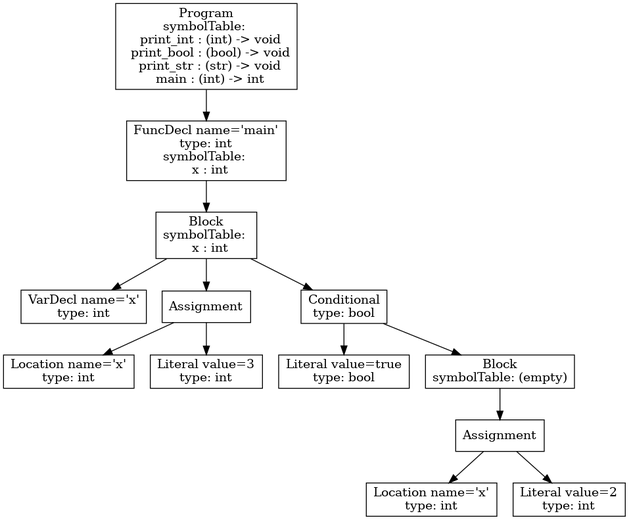
The Graphviz diagram ast.png in ecila1011/P3, before a commit. Its source is kept beside it as ast.dot.
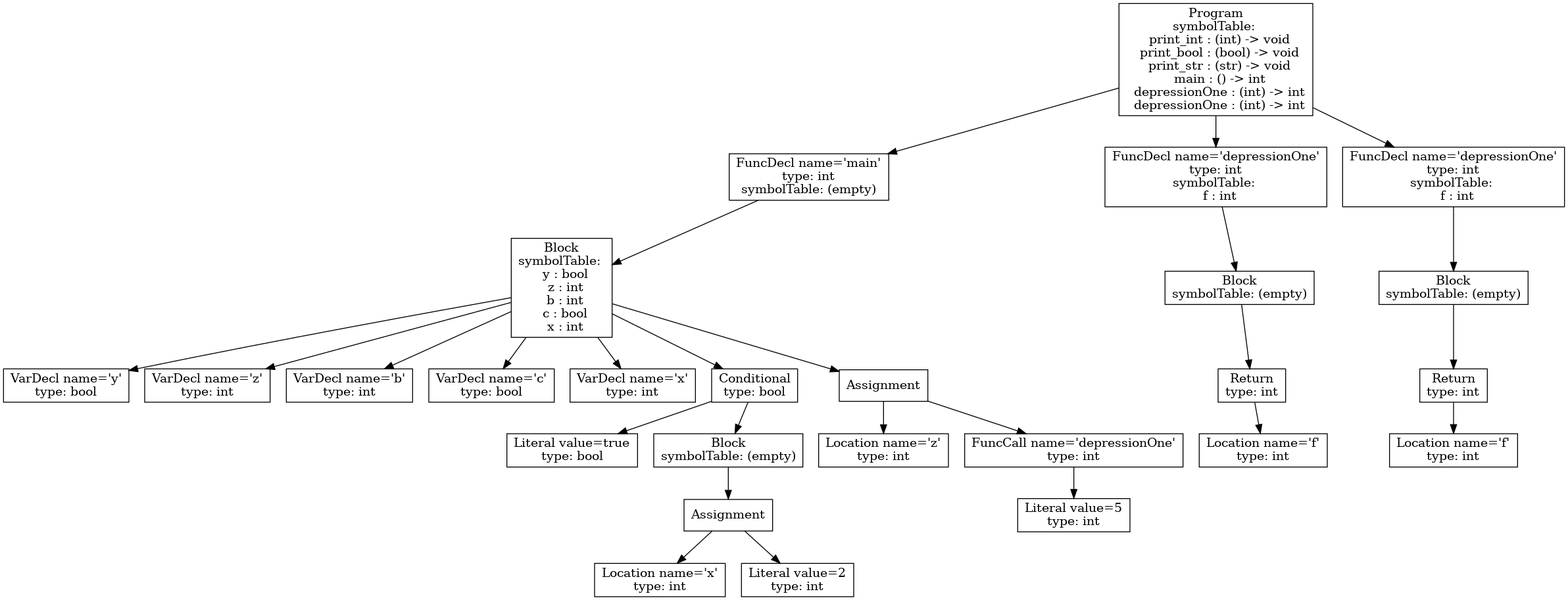
After the commit.

Change to the diagram source:
```diff
@@ -1,27 +1,53 @@
 digraph AST {
-3 [shape=box, label="VarDecl name='x'\ntype: int"];
-5 [shape=box, label="Location name='x'\ntype: int"];
-6 [shape=box, label="Literal value=3\ntype: int"];
-4 [shape=box, label="Assignment"];
-4 -> 5;
-4 -> 6;
-8 [shape=box, label="Literal value=true\ntype: bool"];
-11 [shape=box, label="Location name='x'\ntype: int"];
-12 [shape=box, label="Literal value=2\ntype: int"];
-10 [shape=box, label="Assignment"];
+3 [shape=box, label="VarDecl name='y'\ntype: bool"];
+4 [shape=box, label="VarDecl name='z'\ntype: int"];
+5 [shape=box, label="VarDecl name='b'\ntype: int"];
+6 [shape=box, label="VarDecl name='c'\ntype: bool"];
+7 [shape=box, label="VarDecl name='x'\ntype: int"];
+9 [shape=box, label="Literal value=true\ntype: bool"];
+12 [shape=box, label="Location name='x'\ntype: int"];
+13 [shape=box, label="Literal value=2\ntype: int"];
+11 [shape=box, label="Assignment"];
+11 -> 12;
+11 -> 13;
+10 [shape=box, label="Block\nsymbolTable: (empty)"];
 10 -> 11;
-10 -> 12;
-9 [shape=box, label="Block\nsymbolTable: (empty)"];
-9 -> 10;
-7 [shape=box, label="Conditional\ntype: bool"];
-7 -> 8;
-7 -> 9;
-2 [shape=box, label="Block\nsymbolTable: \n  x : int"];
+8 [shape=box, label="Conditional\ntype: bool"];
+8 -> 9;
+8 -> 10;
+15 [shape=box, label="Location name='z'\ntype: int"];
+17 [shape=box, label="Literal value=5\ntype: int"];
+16 [shape=box, label="FuncCall name='depressionOne'\ntype: int"];
+16 -> 17;
+14 [shape=box, label="Assignment"];
+14 -> 15;
+14 -> 16;
+2 [shape=box, label="Block\nsymbolTable: \n  y : bool\n  z : int\n  b : int\n  c : bool\n  x : int"];
 2 -> 3;
 2 -> 4;
+2 -> 5;
+2 -> 6;
 2 -> 7;
-1 [shape=box, label="FuncDecl name='main'\ntype: int\nsymbolTable: \n  x : int"];
+2 -> 8;
+2 -> 14;
+1 [shape=box, label="FuncDecl name='main'\ntype: int\nsymbolTable: (empty)"];
 1 -> 2;
-0 [shape=box, label="Program\nsymbolTable: \n  print_int : (int) -> void\n  print_bool : (bool) -> void\n  print_str : (str) -> void\n  main : (int) -> int"];
+21 [shape=box, label="Location name='f'\ntype: int"];
+20 [shape=box, label="Return\ntype: int"];
+20 -> 21;
+19 [shape=box, label="Block\nsymbolTable: (empty)"];
+19 -> 20;
+18 [shape=box, label="FuncDecl name='depressionOne'\ntype: int\nsymbolTable: \n  f : int"];
+18 -> 19;
+25 [shape=box, label="Location name='f'\ntype: int"];
+24 [shape=box, label="Return\ntype: int"];
+24 -> 25;
+23 [shape=box, label="Block\nsymbolTable: (empty)"];
+23 -> 24;
+22 [shape=box, label="FuncDecl name='depressionOne'\ntype: int\nsymbolTable: \n  f : int"];
+22 -> 23;
+0 [shape=box, label="Program\nsymbolTable: \n  print_int : (int) -> void\n  print_bool : (bool) -> void\n  print_str : (str) -> void\n  main : () -> int\n  depressionOne : (int) -> int\n  depressionOne : (int) -> int"];
 0 -> 1;
+0 -> 18;
+0 -> 22;
 }
```
